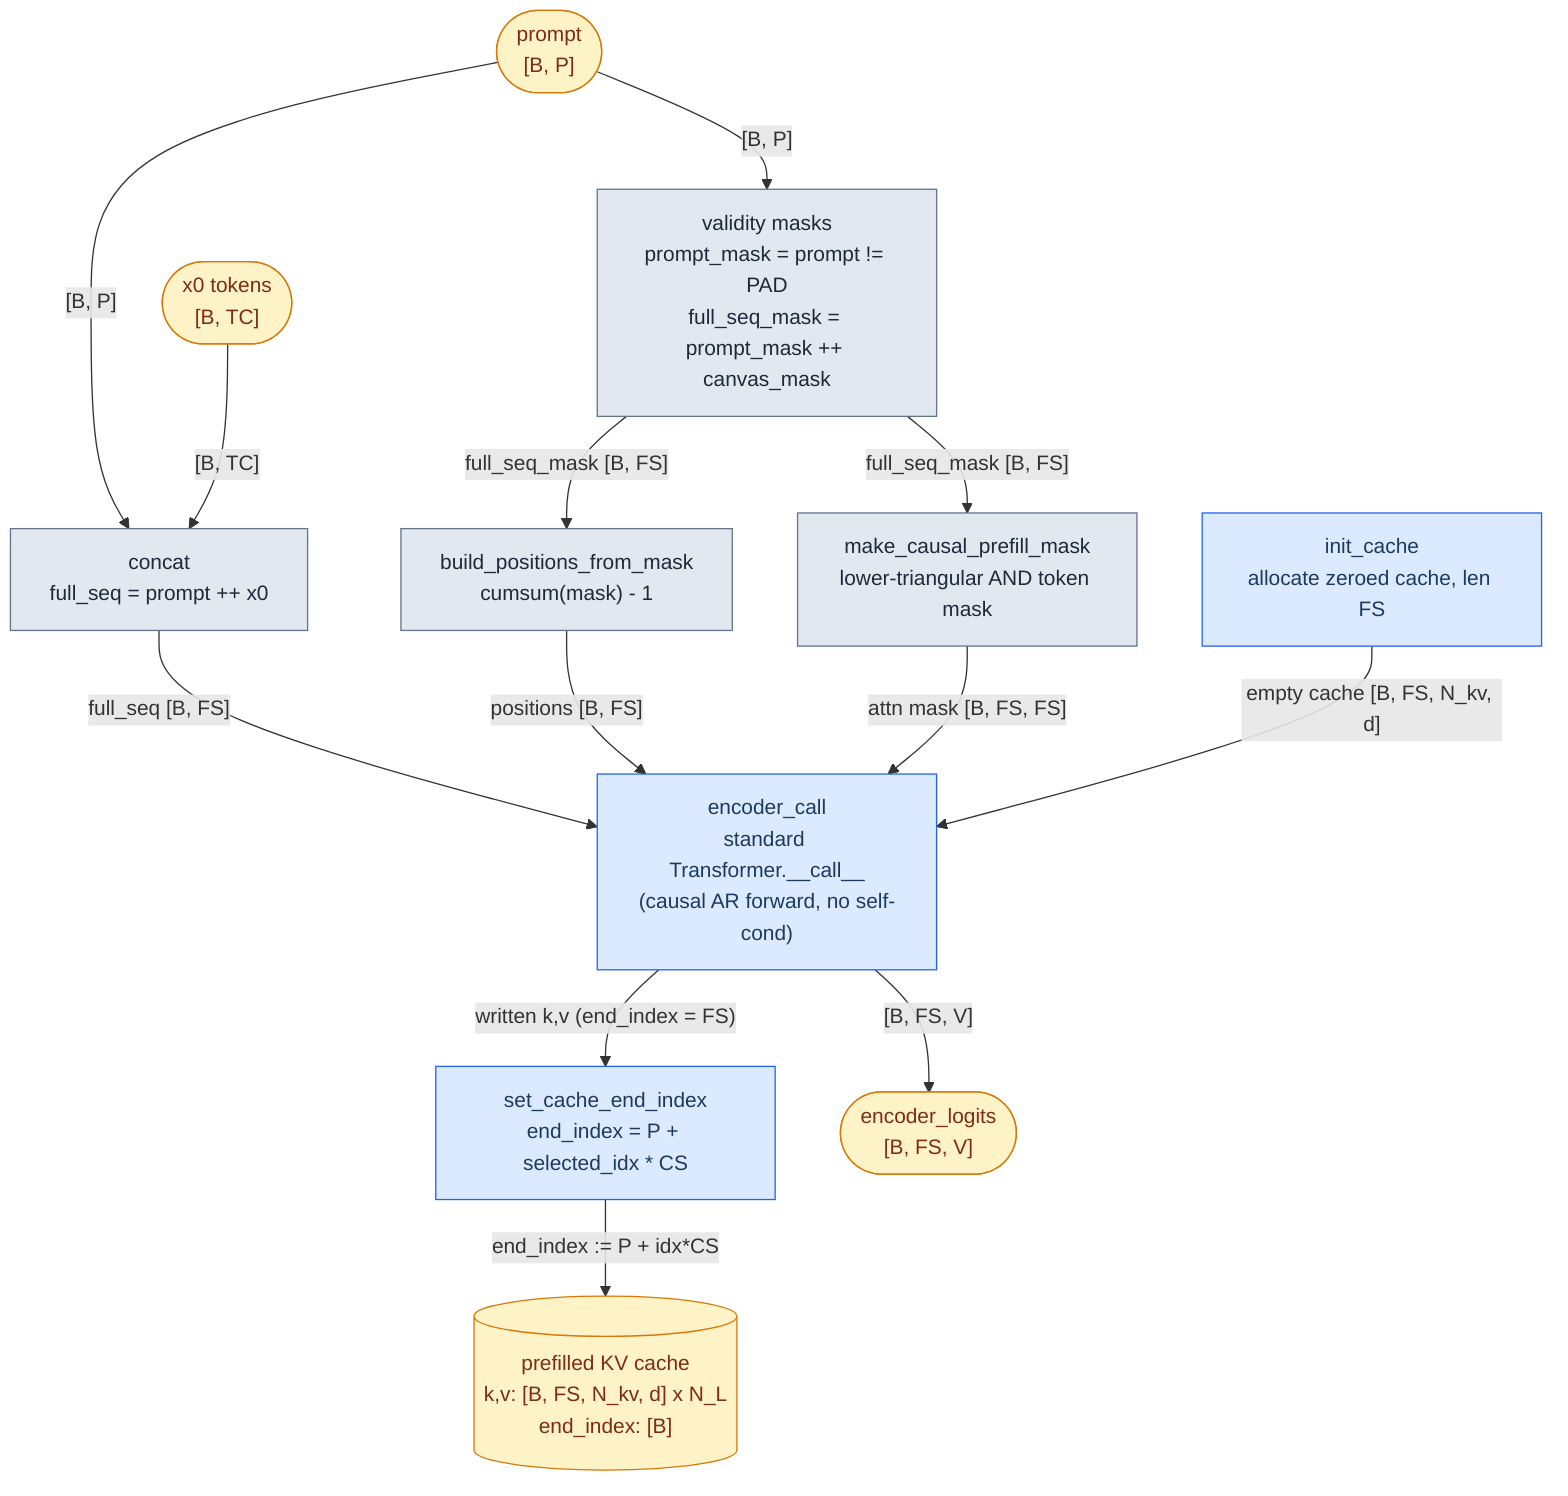
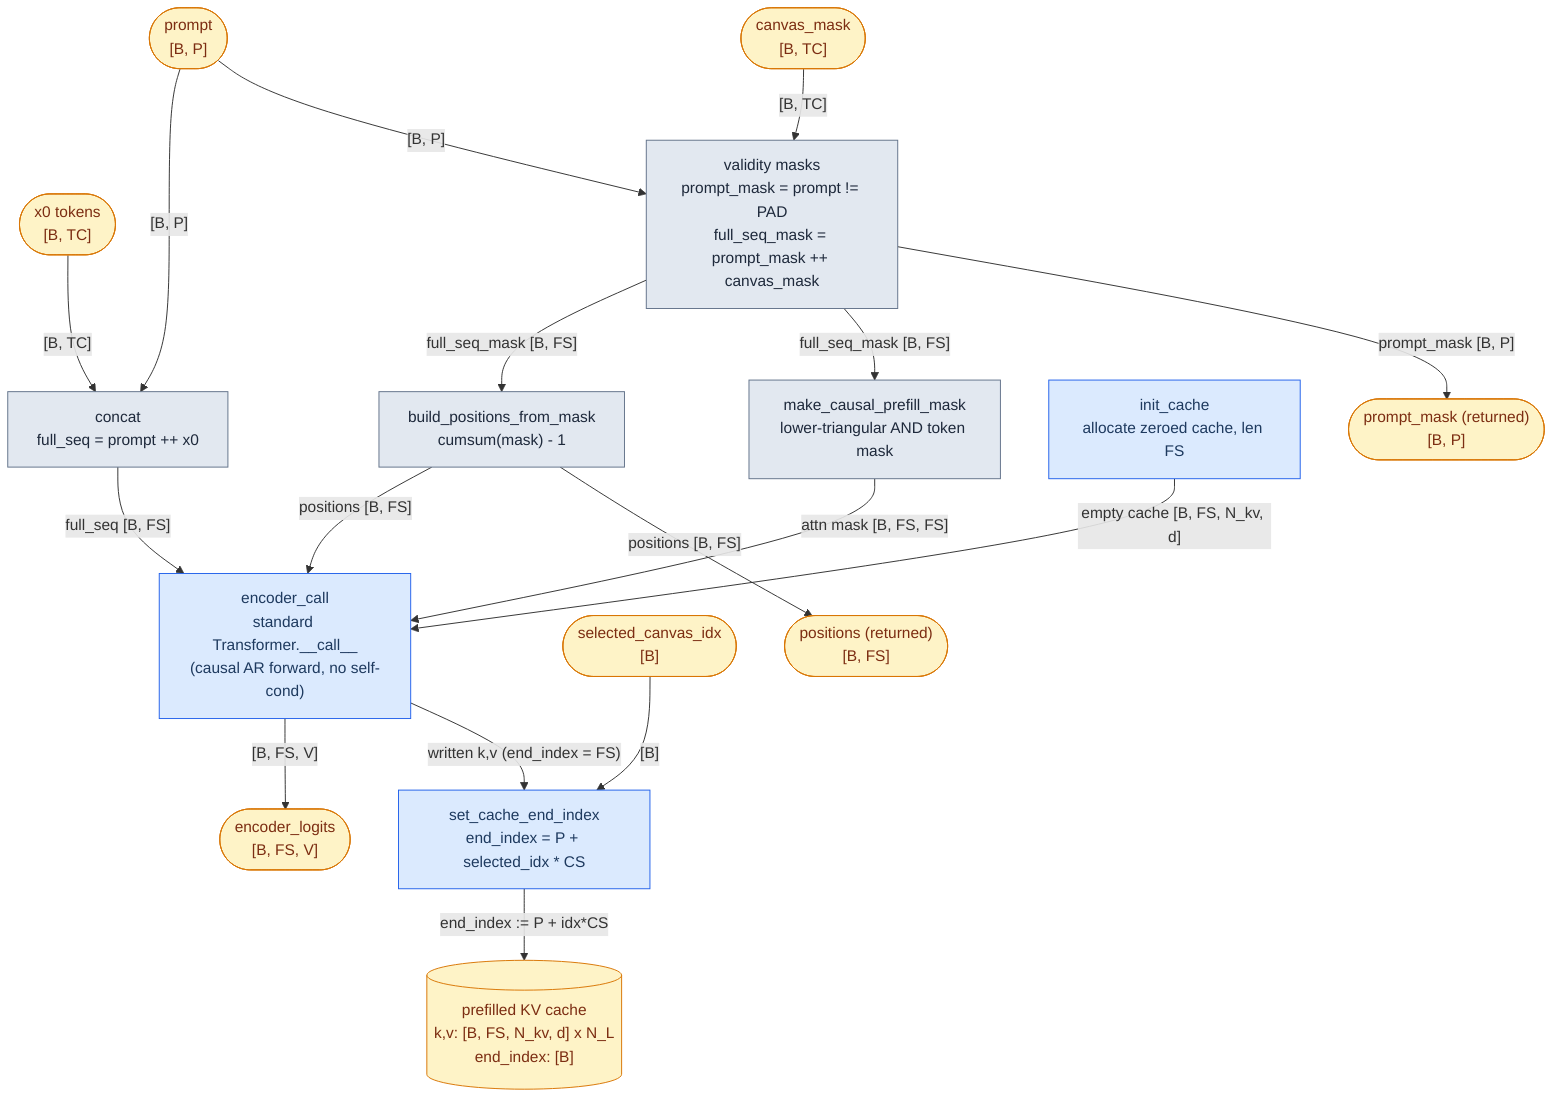
%% L2 — sft_encode: encoder prefill pass (sft_model.py:159-217,
%% prefill_kv_cache_with_encoder hd_gemma_network.py:52-107)
flowchart TB
    pr(["prompt<br/>[B, P]"]):::tensor
    x0t(["x0 tokens<br/>[B, TC]"]):::tensor
    CAT["concat<br/>full_seq = prompt ++ x0"]:::op
    MASKS["validity masks<br/>prompt_mask = prompt != PAD<br/>full_seq_mask = prompt_mask ++ canvas_mask"]:::op
    POS["build_positions_from_mask<br/>cumsum(mask) - 1"]:::op
    PMASK["make_causal_prefill_mask<br/>lower-triangular AND token mask"]:::op
    INIT["init_cache<br/>allocate zeroed cache, len FS"]:::module
    ENCC["encoder_call<br/>standard Transformer.__call__<br/>(causal AR forward, no self-cond)"]:::module
    SETEND["set_cache_end_index<br/>end_index = P + selected_idx * CS"]:::module
+     idx(["selected_canvas_idx<br/>[B]"]):::tensor
+     cmask(["canvas_mask<br/>[B, TC]"]):::tensor
    elog(["encoder_logits<br/>[B, FS, V]"]):::tensor
    kv[("prefilled KV cache<br/>k,v: [B, FS, N_kv, d] x N_L<br/>end_index: [B]")]:::tensor
+     posOut(["positions (returned)<br/>[B, FS]"]):::tensor
+     pmOut(["prompt_mask (returned)<br/>[B, P]"]):::tensor

    pr -- "[B, P]" --> CAT
    x0t -- "[B, TC]" --> CAT
    pr -- "[B, P]" --> MASKS
+     cmask -- "[B, TC]" --> MASKS
    CAT -- "full_seq [B, FS]" --> ENCC
    MASKS -- "full_seq_mask [B, FS]" --> POS
    MASKS -- "full_seq_mask [B, FS]" --> PMASK
    POS -- "positions [B, FS]" --> ENCC
    PMASK -- "attn mask [B, FS, FS]" --> ENCC
    INIT -- "empty cache [B, FS, N_kv, d]" --> ENCC
    ENCC -- "[B, FS, V]" --> elog
    ENCC -- "written k,v (end_index = FS)" --> SETEND
+     idx -- "[B]" --> SETEND
    SETEND -- "end_index := P + idx*CS" --> kv
+     POS -- "positions [B, FS]" --> posOut
+     MASKS -- "prompt_mask [B, P]" --> pmOut

    classDef module fill:#dbeafe,stroke:#2563eb,color:#1e3a5f
    classDef op fill:#e2e8f0,stroke:#64748b,color:#1e293b
    classDef tensor fill:#fef3c7,stroke:#d97706,color:#7c2d12
